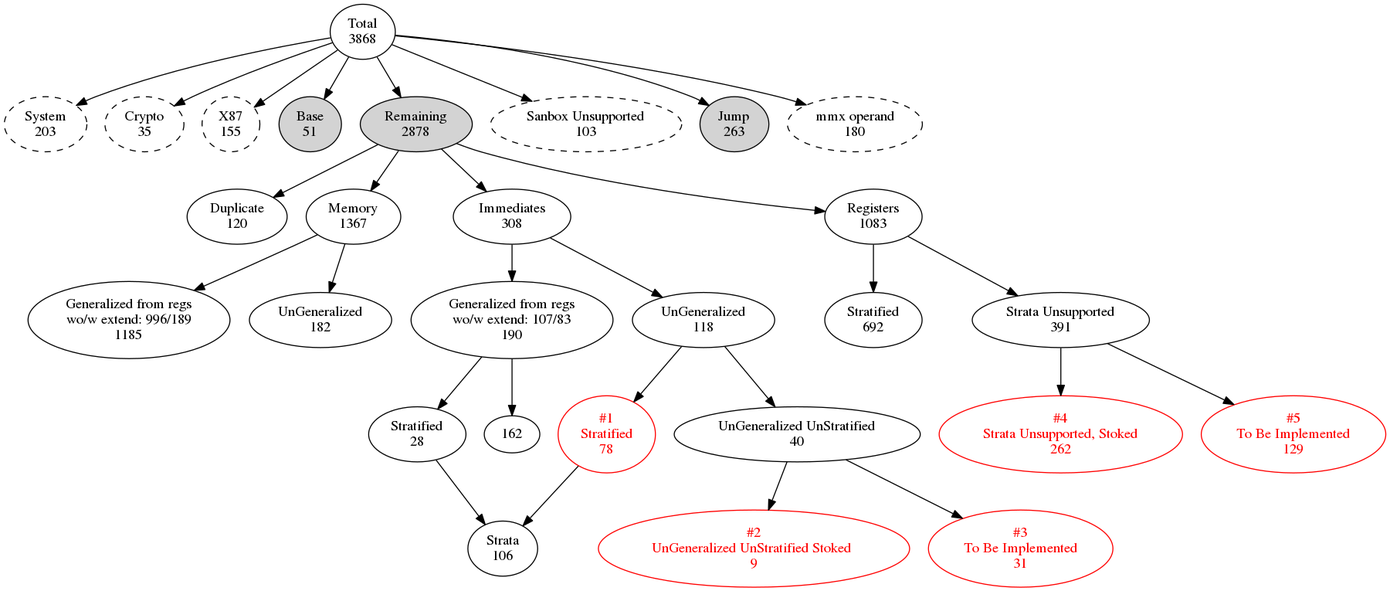
Earlier version of the Graphviz export x86-semantics/docs/reports/insttruction_support_status.png (kframework/X86-64-semantics). Its source is kept beside it as x86-semantics/docs/reports/insttruction_support_status.dot.
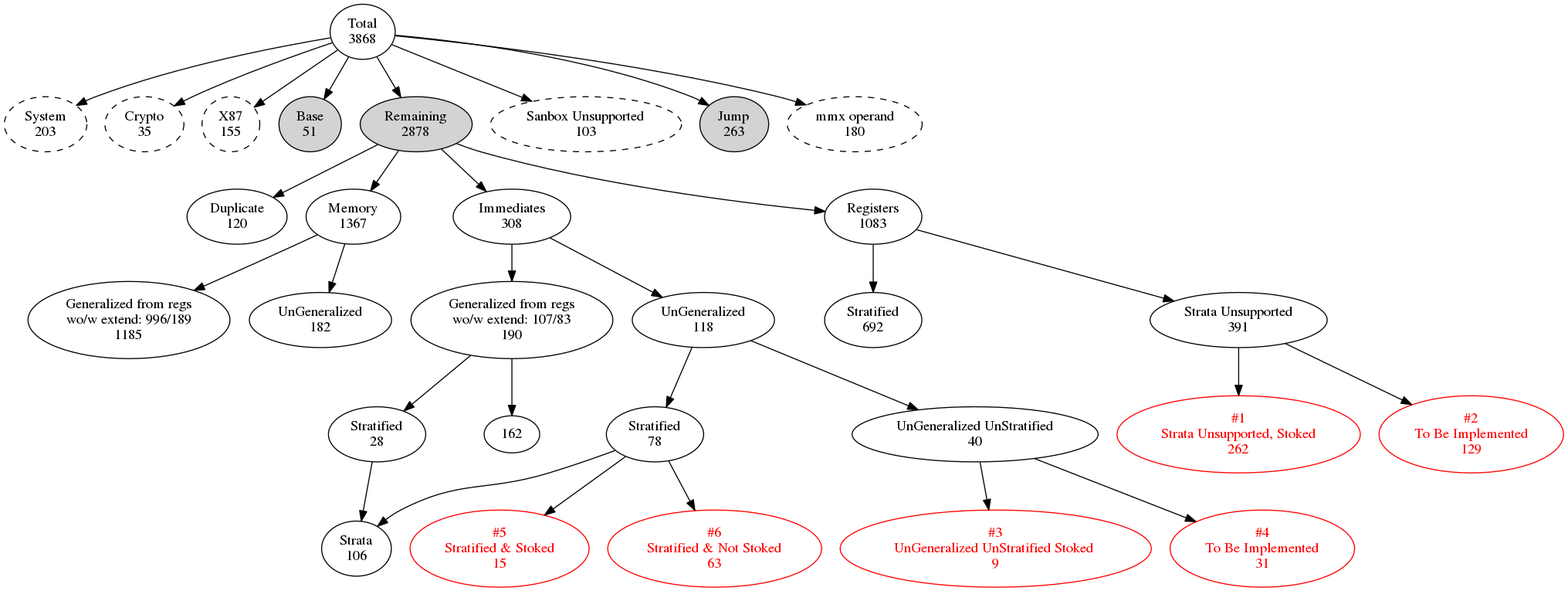
Above is the later version.

Change to the diagram source:
```diff
@@ -40,8 +40,8 @@
   /***************************************************/
   REGS_STRATA [label="Stratified\n692"]
   REGS_UNSTRATA [label="Strata Unsupported\n391"]
-  REGS_UNSTRATA_STOKED [fontcolor=red; color=red; label="#4\nStrata Unsupported, Stoked\n262"]
-  REGS_TBI [fontcolor=red; color=red; label="#5\nTo Be Implemented\n129"]
+  REGS_UNSTRATA_STOKED [fontcolor=red; color=red; label="#1\nStrata Unsupported, Stoked\n262"]
+  REGS_TBI [fontcolor=red; color=red; label="#2\nTo Be Implemented\n129"]
 
   REGS -> REGS_STRATA
   REGS -> REGS_UNSTRATA
@@ -66,9 +66,11 @@
   S [label="Strata\n106"]
   UG [label="UnGeneralized\n118"]
   UGUS [label="UnGeneralized UnStratified\n40"]
-  S2 [fontcolor=red; color=red; label="#1\nStratified\n78"]
-  UGUSS [fontcolor=red; color=red; label="#2\nUnGeneralized UnStratified Stoked \n9"]
-  TBI [fontcolor=red; color=red; label="#3\nTo Be Implemented\n31"]
+  S2 [label="Stratified\n78"]
+  UGUSS [fontcolor=red; color=red; label="#3\nUnGeneralized UnStratified Stoked \n9"]
+  TBI [fontcolor=red; color=red; label="#4\nTo Be Implemented\n31"]
+  S2_STOKED [fontcolor=red; color=red; label="#5\nStratified & Stoked\n15"]
+  S2_UNSTOKED [fontcolor=red; color=red; label="#6\nStratified & Not Stoked\n63"]
 
   IMMS -> G
   IMMS -> UG
@@ -78,11 +80,14 @@
   UG -> S2 -> S
   UG -> UGUS -> UGUSS
   UGUS -> TBI
+  S2 -> S2_STOKED
+  S2 -> S2_UNSTOKED
 
   {rank = same; IMMS; }
   {rank = same; G; UG; }
   {rank = same; S1; S2; UGUS }
   {rank = same; S; TBI  }
+  {rank = same; S2_STOKED;S2_UNSTOKED   }
 
 
 
```
